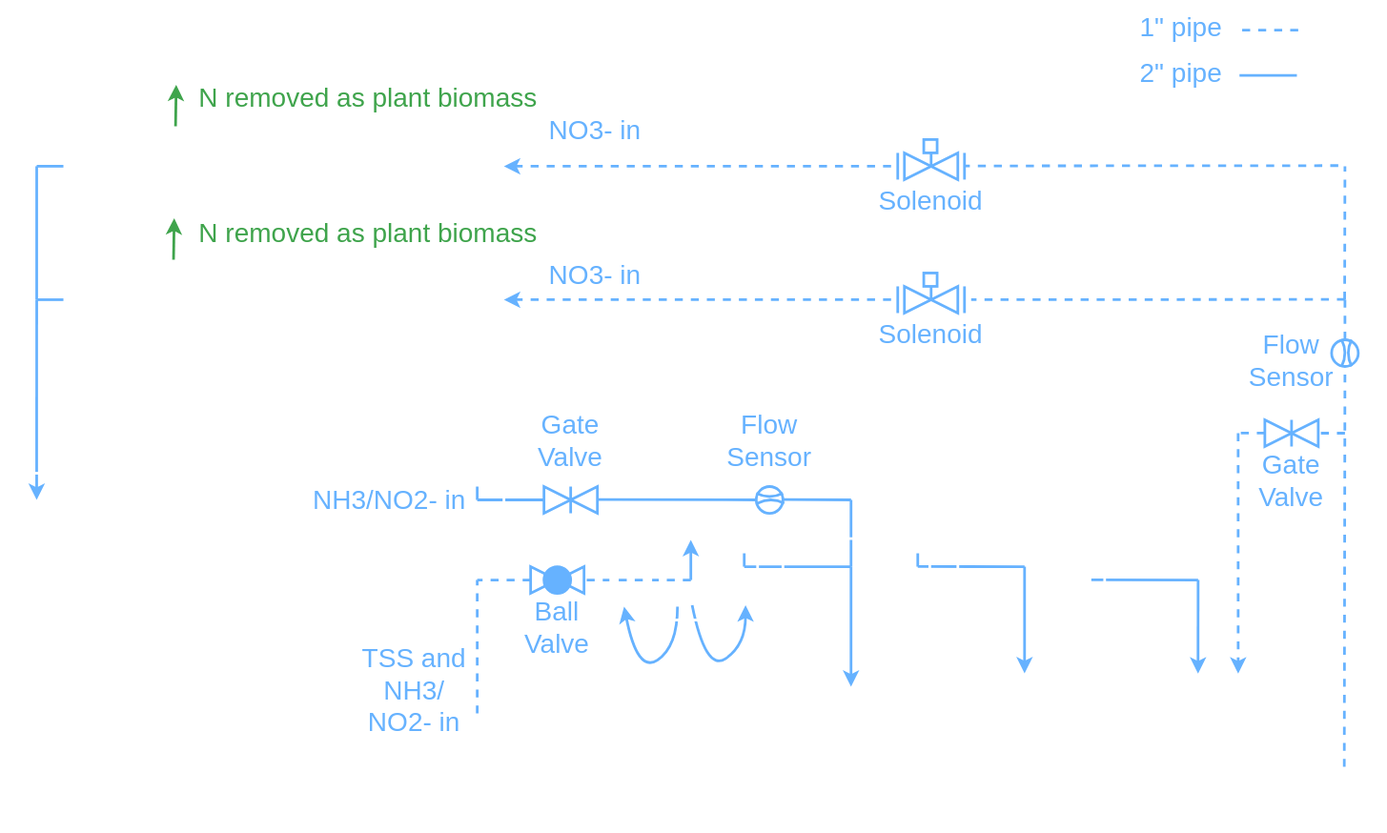
This is assets/images/autoaqua/plumbing_design.svg from billyen33/billyen33.Github.io, a draw.io export, as it was before one commit. Source tidied: cells renumbered, new cells last; positions are measured from the earlier drawing's top-left corner, leaving out a move shared by most shapes.
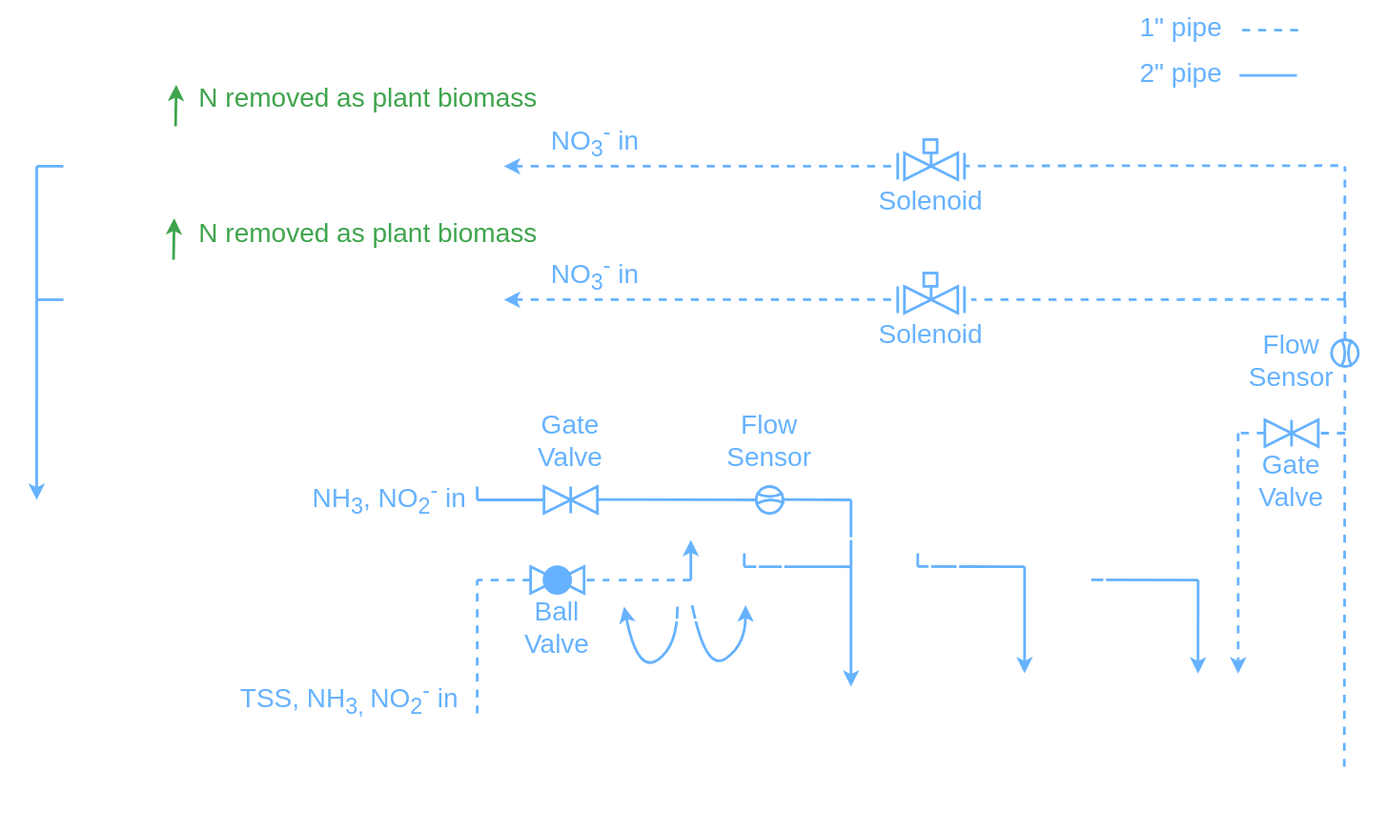
After the change.

Change to the diagram source:
```diff
@@ -2,6 +2,9 @@
   <root>
     <mxCell id="0" />
     <mxCell id="1" parent="0" />
+    <mxCell id="142" style="rounded=0;whiteSpace=wrap;html=1;strokeColor=#FFFFFF;fillColor=none;strokeWidth=2;" parent="1" vertex="1">
+      <mxGeometry x="3" y="350" width="370" height="200" as="geometry" />
+    </mxCell>
     <mxCell id="2" value="&lt;span style=&quot;font-size: 20px;&quot;&gt;5 gal&lt;/span&gt;" style="text;html=1;strokeColor=none;fillColor=none;align=center;verticalAlign=middle;whiteSpace=wrap;rounded=0;strokeWidth=9;fontColor=#FFFFFF;" parent="1" vertex="1">
       <mxGeometry x="458" y="487.5" width="100" height="30" as="geometry" />
     </mxCell>
@@ -597,17 +600,17 @@
     <mxCell id="128" style="ellipse;whiteSpace=wrap;html=1;fillStyle=cross-hatch;strokeColor=#FFFFFF;strokeWidth=2;fontSize=20;fontColor=#66B2FF;fillColor=none;" parent="1" vertex="1">
       <mxGeometry x="778" y="462.5" width="15" height="15" as="geometry" />
     </mxCell>
-    <mxCell id="129" value="&lt;font color=&quot;#66b2ff&quot; style=&quot;font-size: 20px;&quot;&gt;TSS and NH3/ NO2- in&lt;/font&gt;" style="text;html=1;strokeColor=none;fillColor=none;align=center;verticalAlign=middle;whiteSpace=wrap;rounded=0;strokeWidth=9;" parent="1" vertex="1">
-      <mxGeometry x="262" y="473" width="88" height="77" as="geometry" />
+    <mxCell id="129" value="&lt;font color=&quot;#66b2ff&quot; style=&quot;font-size: 20px;&quot;&gt;TSS, NH&lt;sub&gt;3,&amp;nbsp;&lt;/sub&gt;NO&lt;sub&gt;2&lt;/sub&gt;&lt;sup&gt;-&lt;/sup&gt; in&lt;/font&gt;" style="text;html=1;strokeColor=none;fillColor=none;align=center;verticalAlign=middle;whiteSpace=wrap;rounded=0;strokeWidth=9;" parent="1" vertex="1">
+      <mxGeometry x="142" y="480" width="231" height="77" as="geometry" />
     </mxCell>
-    <mxCell id="130" value="&lt;font color=&quot;#66b2ff&quot; style=&quot;font-size: 20px;&quot;&gt;NH3/NO2- in&lt;/font&gt;" style="text;html=1;strokeColor=none;fillColor=none;align=center;verticalAlign=middle;whiteSpace=wrap;rounded=0;strokeWidth=9;" parent="1" vertex="1">
+    <mxCell id="130" value="&lt;font color=&quot;#66b2ff&quot; style=&quot;font-size: 20px;&quot;&gt;NH&lt;sub&gt;3&lt;/sub&gt;, NO&lt;sub&gt;2&lt;/sub&gt;&lt;sup&gt;-&lt;/sup&gt; in&lt;/font&gt;" style="text;html=1;strokeColor=none;fillColor=none;align=center;verticalAlign=middle;whiteSpace=wrap;rounded=0;strokeWidth=9;" parent="1" vertex="1">
       <mxGeometry x="215" y="350" width="145" height="38" as="geometry" />
     </mxCell>
-    <mxCell id="131" value="&lt;font color=&quot;#66b2ff&quot; style=&quot;font-size: 20px;&quot;&gt;NO3- in&lt;/font&gt;" style="text;html=1;strokeColor=none;fillColor=none;align=center;verticalAlign=middle;whiteSpace=wrap;rounded=0;strokeWidth=9;" parent="1" vertex="1">
+    <mxCell id="131" value="&lt;font color=&quot;#66b2ff&quot; style=&quot;font-size: 20px;&quot;&gt;NO&lt;sub&gt;3&lt;/sub&gt;&lt;sup&gt;-&lt;/sup&gt; in&lt;/font&gt;" style="text;html=1;strokeColor=none;fillColor=none;align=center;verticalAlign=middle;whiteSpace=wrap;rounded=0;strokeWidth=9;" parent="1" vertex="1">
       <mxGeometry x="369" y="182" width="145" height="38" as="geometry" />
     </mxCell>
-    <mxCell id="132" value="&lt;font color=&quot;#66b2ff&quot; style=&quot;font-size: 20px;&quot;&gt;NO3- in&lt;/font&gt;" style="text;html=1;strokeColor=none;fillColor=none;align=center;verticalAlign=middle;whiteSpace=wrap;rounded=0;strokeWidth=9;" parent="1" vertex="1">
-      <mxGeometry x="369" y="73" width="145" height="38" as="geometry" />
+    <mxCell id="132" value="&lt;font color=&quot;#66b2ff&quot; style=&quot;font-size: 20px;&quot;&gt;NO&lt;sub&gt;3&lt;/sub&gt;&lt;sup&gt;-&lt;/sup&gt; in&lt;/font&gt;" style="text;html=1;strokeColor=none;fillColor=none;align=center;verticalAlign=middle;whiteSpace=wrap;rounded=0;strokeWidth=9;" parent="1" vertex="1">
+      <mxGeometry x="369" y="82" width="145" height="38" as="geometry" />
     </mxCell>
     <mxCell id="133" style="endArrow=classic;html=1;rounded=0;strokeColor=#3fa44c;strokeWidth=2;fontSize=20;fontColor=#FFFFFF;exitX=0.25;exitY=0;exitDx=0;exitDy=0;" parent="1" edge="1" source="5">
       <mxGeometry relative="1" as="geometry">
@@ -641,9 +644,6 @@
     <mxCell id="141" value="&lt;span style=&quot;font-size: 20px;&quot;&gt;40 gal&lt;/span&gt;" style="text;html=1;strokeColor=none;fillColor=none;align=center;verticalAlign=middle;whiteSpace=wrap;rounded=0;strokeWidth=9;fontColor=#FFFFFF;" parent="1" vertex="1">
       <mxGeometry x="158" y="120" width="100" height="30" as="geometry" />
     </mxCell>
-    <mxCell id="142" style="rounded=0;whiteSpace=wrap;html=1;strokeColor=#FFFFFF;fillColor=none;strokeWidth=2;" parent="1" vertex="1">
-      <mxGeometry x="3" y="350" width="370" height="200" as="geometry" />
-    </mxCell>
     <mxCell id="143" style="endArrow=none;dashed=1;html=1;rounded=0;strokeWidth=2;strokeColor=#66B2FF;" parent="1" edge="1">
       <mxGeometry relative="1" as="geometry">
         <mxPoint x="926" y="18" as="sourcePoint" />
```
